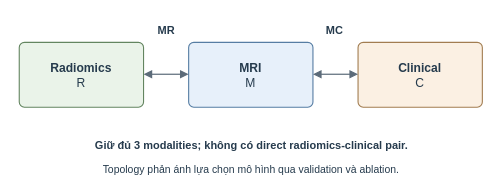
This is figures_source/mri-hub-topology.drawio from moimoi05/kltn, a draw.io file, before an edit. Source tidied: cells renumbered, new cells numbered last; positions are measured from the earlier drawing's top-left corner, leaving out a move shared by most shapes. Both pictures are drawn from the tidied source at 110%, with x=0, y=0 at pixel (19, 19).
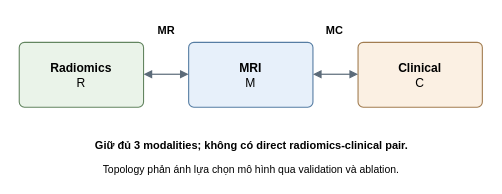
The same diagram, later.

Diff of the diagram source:
```diff
@@
 <mxGraphModel background="#FFFFFF">
   <root>
     <mxCell id="0" />
     <mxCell id="1" parent="0" />
-    <mxCell id="2" value="&lt;b&gt;Radiomics&lt;/b&gt;&lt;br&gt;R" style="html=1;fontFamily=Arial;fontColor=#263B4D;whiteSpace=wrap;rounded=1;arcSize=8;fillColor=#EAF3E9;strokeColor=#638560;strokeWidth=1;fontSize=11;spacing=5;" parent="1" vertex="1">
+    <mxCell id="2" value="&lt;b&gt;Radiomics&lt;/b&gt;&lt;br&gt;R" style="html=1;fontFamily=Arial;fontColor=#000000;whiteSpace=wrap;rounded=1;arcSize=8;fillColor=#EAF3E9;strokeColor=#638560;strokeWidth=1;fontSize=11;spacing=5;" parent="1" vertex="1">
       <mxGeometry y="21" width="113" height="59" as="geometry" />
     </mxCell>
-    <mxCell id="3" value="&lt;b&gt;MRI&lt;/b&gt;&lt;br&gt;M" style="html=1;fontFamily=Arial;fontColor=#263B4D;whiteSpace=wrap;rounded=1;arcSize=8;fillColor=#E7F0FA;strokeColor=#567DA3;strokeWidth=1;fontSize=11;spacing=5;" parent="1" vertex="1">
+    <mxCell id="3" value="&lt;b&gt;MRI&lt;/b&gt;&lt;br&gt;M" style="html=1;fontFamily=Arial;fontColor=#000000;whiteSpace=wrap;rounded=1;arcSize=8;fillColor=#E7F0FA;strokeColor=#567DA3;strokeWidth=1;fontSize=11;spacing=5;" parent="1" vertex="1">
       <mxGeometry x="154" y="21" width="113" height="59" as="geometry" />
     </mxCell>
-    <mxCell id="4" value="&lt;b&gt;Clinical&lt;/b&gt;&lt;br&gt;C" style="html=1;fontFamily=Arial;fontColor=#263B4D;whiteSpace=wrap;rounded=1;arcSize=8;fillColor=#FBF0E3;strokeColor=#A27D51;strokeWidth=1;fontSize=11;spacing=5;" parent="1" vertex="1">
+    <mxCell id="4" value="&lt;b&gt;Clinical&lt;/b&gt;&lt;br&gt;C" style="html=1;fontFamily=Arial;fontColor=#000000;whiteSpace=wrap;rounded=1;arcSize=8;fillColor=#FBF0E3;strokeColor=#A27D51;strokeWidth=1;fontSize=11;spacing=5;" parent="1" vertex="1">
       <mxGeometry x="308" y="21" width="113" height="59" as="geometry" />
     </mxCell>
-    <mxCell id="5" style="html=1;fontFamily=Arial;fontColor=#263B4D;whiteSpace=wrap;edgeStyle=none;rounded=0;endArrow=block;endFill=1;endSize=5;startArrow=block;startFill=1;startSize=5;strokeColor=#5C6B79;strokeWidth=1.1;" parent="1" edge="1">
+    <mxCell id="5" style="html=1;fontFamily=Arial;fontColor=#000000;whiteSpace=wrap;edgeStyle=none;rounded=0;endArrow=block;endFill=1;endSize=5;startArrow=block;startFill=1;startSize=5;strokeColor=#5C6B79;strokeWidth=1.1;" parent="1" edge="1">
       <mxGeometry relative="1" as="geometry">
         <mxPoint x="113" y="50" as="sourcePoint" />
         <mxPoint x="154" y="50" as="targetPoint" />
       </mxGeometry>
     </mxCell>
-    <mxCell id="6" style="html=1;fontFamily=Arial;fontColor=#263B4D;whiteSpace=wrap;edgeStyle=none;rounded=0;endArrow=block;endFill=1;endSize=5;startArrow=block;startFill=1;startSize=5;strokeColor=#5C6B79;strokeWidth=1.1;" parent="1" edge="1">
+    <mxCell id="6" style="html=1;fontFamily=Arial;fontColor=#000000;whiteSpace=wrap;edgeStyle=none;rounded=0;endArrow=block;endFill=1;endSize=5;startArrow=block;startFill=1;startSize=5;strokeColor=#5C6B79;strokeWidth=1.1;" parent="1" edge="1">
       <mxGeometry relative="1" as="geometry">
         <mxPoint x="267" y="50" as="sourcePoint" />
         <mxPoint x="308" y="50" as="targetPoint" />
       </mxGeometry>
     </mxCell>
-    <mxCell id="7" value="MR" style="html=1;fontFamily=Arial;fontColor=#263B4D;whiteSpace=wrap;text;strokeColor=none;fillColor=none;fontSize=10;fontStyle=1;align=center;verticalAlign=top;spacing=0;" parent="1" vertex="1">
+    <mxCell id="7" value="MR" style="html=1;fontFamily=Arial;fontColor=#000000;whiteSpace=wrap;text;strokeColor=none;fillColor=none;fontSize=10;fontStyle=1;align=center;verticalAlign=top;spacing=0;" parent="1" vertex="1">
       <mxGeometry x="125.2" width="17.6" height="12.4" as="geometry" />
     </mxCell>
-    <mxCell id="8" value="MC" style="html=1;fontFamily=Arial;fontColor=#263B4D;whiteSpace=wrap;text;strokeColor=none;fillColor=none;fontSize=10;fontStyle=1;align=center;verticalAlign=top;spacing=0;" parent="1" vertex="1">
+    <mxCell id="8" value="MC" style="html=1;fontFamily=Arial;fontColor=#000000;whiteSpace=wrap;text;strokeColor=none;fillColor=none;fontSize=10;fontStyle=1;align=center;verticalAlign=top;spacing=0;" parent="1" vertex="1">
       <mxGeometry x="278.2" width="17.6" height="12.4" as="geometry" />
     </mxCell>
-    <mxCell id="9" value="Giữ đủ 3 modalities; không có direct radiomics-clinical pair." style="html=1;fontFamily=Arial;fontColor=#263B4D;whiteSpace=wrap;text;strokeColor=none;fillColor=none;fontSize=10;fontStyle=1;align=center;verticalAlign=top;spacing=0;" parent="1" vertex="1">
+    <mxCell id="9" value="Giữ đủ 3 modalities; không có direct radiomics-clinical pair." style="html=1;fontFamily=Arial;fontColor=#000000;whiteSpace=wrap;text;strokeColor=none;fillColor=none;fontSize=10;fontStyle=1;align=center;verticalAlign=top;spacing=0;" parent="1" vertex="1">
       <mxGeometry x="67.5" y="104" width="287.1" height="12.4" as="geometry" />
     </mxCell>
-    <mxCell id="10" value="Topology phản ánh lựa chọn mô hình qua validation và ablation." style="html=1;fontFamily=Arial;fontColor=#263B4D;whiteSpace=wrap;text;strokeColor=none;fillColor=none;fontSize=9.5;fontStyle=0;align=center;verticalAlign=top;spacing=0;" parent="1" vertex="1">
+    <mxCell id="10" value="Topology phản ánh lựa chọn mô hình qua validation và ablation." style="html=1;fontFamily=Arial;fontColor=#000000;whiteSpace=wrap;text;strokeColor=none;fillColor=none;fontSize=9.5;fontStyle=0;align=center;verticalAlign=top;spacing=0;" parent="1" vertex="1">
       <mxGeometry x="74.8" y="126" width="272.4" height="11.8" as="geometry" />
     </mxCell>
   </root>
 </mxGraphModel>
```
